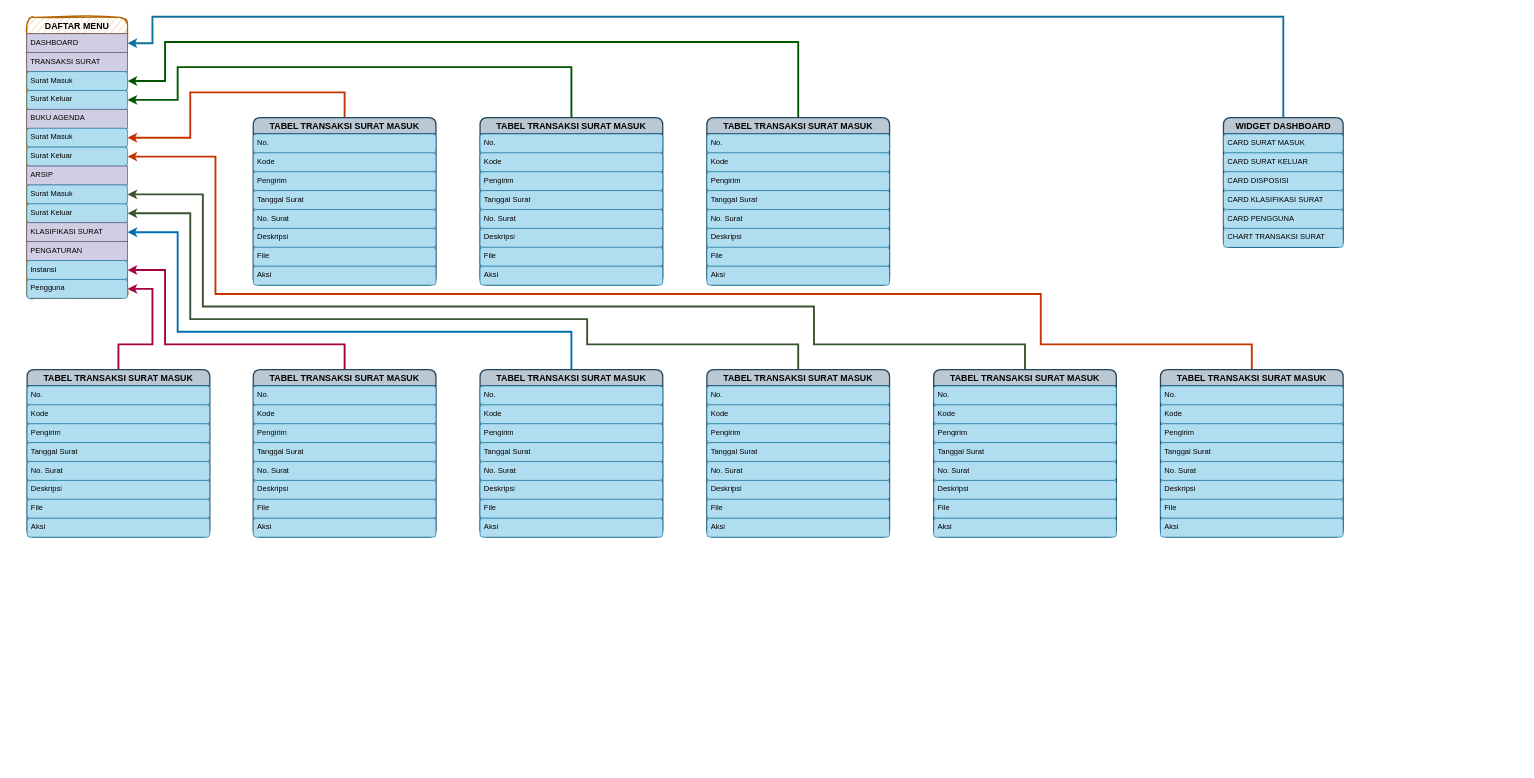
This is page "USER INTERFACE" (1 of 2) of Diagram Tanpa Judul.drawio from ZulfikriYahya/zulfikriyahya.github.io, a draw.io file, before an edit. Source tidied: cells renumbered, new cells numbered last; positions are measured from the earlier drawing's top-left corner, leaving out a move shared by most shapes. Both pictures are drawn from the tidied source at 63%, with x=0, y=0 at pixel (26, 16).
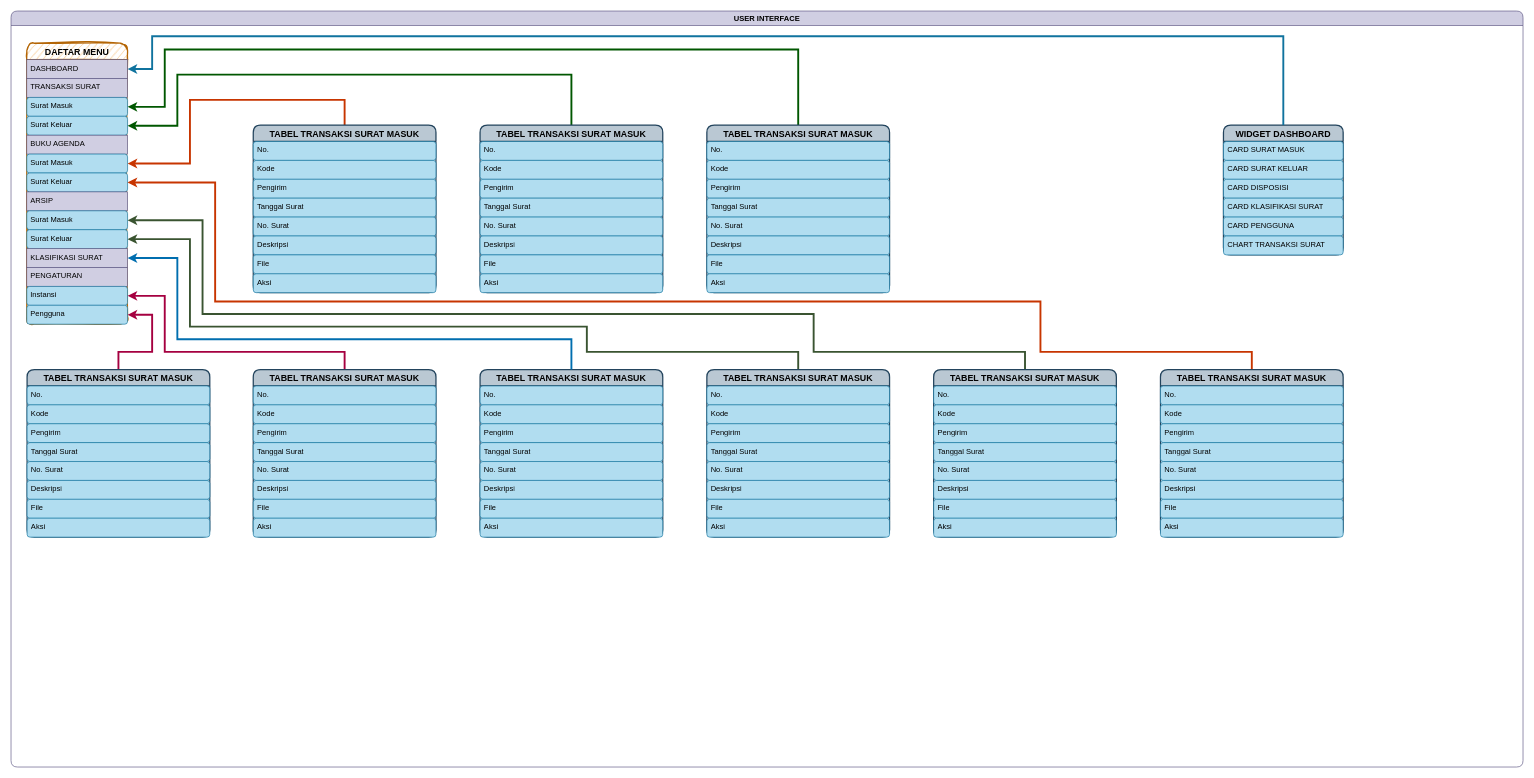
Above is the later version.

The change refers to these unchanged cells:
```xml
<mxCell id="4" value="DASHBOARD" style="text;fillColor=#d0cee2;spacingLeft=4;spacingRight=4;overflow=hidden;points=[[0,0.5],[1,0.5]];portConstraint=eastwest;fontSize=12;whiteSpace=wrap;html=1;swimlaneFillColor=none;strokeColor=#56517e;" parent="3" vertex="1">
  <mxGeometry y="26" width="160" height="30" as="geometry" />
</mxCell>
<mxCell id="6" value="Surat Masuk" style="text;fillColor=#b1ddf0;spacingLeft=4;spacingRight=4;overflow=hidden;points=[[0,0.5],[1,0.5]];portConstraint=eastwest;fontSize=12;whiteSpace=wrap;html=1;swimlaneFillColor=none;rounded=1;strokeColor=#10739e;" parent="3" vertex="1">
  <mxGeometry y="86" width="160" height="30" as="geometry" />
</mxCell>
<mxCell id="7" value="Surat Keluar" style="text;fillColor=#b1ddf0;spacingLeft=4;spacingRight=4;overflow=hidden;points=[[0,0.5],[1,0.5]];portConstraint=eastwest;fontSize=12;whiteSpace=wrap;html=1;swimlaneFillColor=none;rounded=1;strokeColor=#10739e;" parent="3" vertex="1">
  <mxGeometry y="116" width="160" height="30" as="geometry" />
</mxCell>
<mxCell id="9" value="Surat Masuk" style="text;fillColor=#b1ddf0;spacingLeft=4;spacingRight=4;overflow=hidden;points=[[0,0.5],[1,0.5]];portConstraint=eastwest;fontSize=12;whiteSpace=wrap;html=1;swimlaneFillColor=none;rounded=1;strokeColor=#10739e;" parent="3" vertex="1">
  <mxGeometry y="176" width="160" height="30" as="geometry" />
</mxCell>
<mxCell id="10" value="Surat Keluar" style="text;fillColor=#b1ddf0;spacingLeft=4;spacingRight=4;overflow=hidden;points=[[0,0.5],[1,0.5]];portConstraint=eastwest;fontSize=12;whiteSpace=wrap;html=1;swimlaneFillColor=none;rounded=1;strokeColor=#10739e;" parent="3" vertex="1">
  <mxGeometry y="206" width="160" height="30" as="geometry" />
</mxCell>
<mxCell id="12" value="Surat Masuk" style="text;fillColor=#b1ddf0;spacingLeft=4;spacingRight=4;overflow=hidden;points=[[0,0.5],[1,0.5]];portConstraint=eastwest;fontSize=12;whiteSpace=wrap;html=1;swimlaneFillColor=none;rounded=1;strokeColor=#10739e;" parent="3" vertex="1">
  <mxGeometry y="266" width="160" height="30" as="geometry" />
</mxCell>
<mxCell id="13" value="Surat Keluar" style="text;fillColor=#b1ddf0;spacingLeft=4;spacingRight=4;overflow=hidden;points=[[0,0.5],[1,0.5]];portConstraint=eastwest;fontSize=12;whiteSpace=wrap;html=1;swimlaneFillColor=none;strokeColor=#10739e;rounded=1;" parent="3" vertex="1">
  <mxGeometry y="296" width="160" height="30" as="geometry" />
</mxCell>
<mxCell id="14" value="KLASIFIKASI SURAT" style="text;fillColor=#d0cee2;spacingLeft=4;spacingRight=4;overflow=hidden;points=[[0,0.5],[1,0.5]];portConstraint=eastwest;fontSize=12;whiteSpace=wrap;html=1;swimlaneFillColor=none;strokeColor=#56517e;" parent="3" vertex="1">
  <mxGeometry y="326" width="160" height="30" as="geometry" />
</mxCell>
<mxCell id="16" value="Instansi" style="text;fillColor=#b1ddf0;spacingLeft=4;spacingRight=4;overflow=hidden;points=[[0,0.5],[1,0.5]];portConstraint=eastwest;fontSize=12;whiteSpace=wrap;html=1;swimlaneFillColor=none;strokeColor=#10739e;rounded=1;" parent="3" vertex="1">
  <mxGeometry y="386" width="160" height="30" as="geometry" />
</mxCell>
<mxCell id="17" value="Pengguna" style="text;fillColor=#b1ddf0;spacingLeft=4;spacingRight=4;overflow=hidden;points=[[0,0.5],[1,0.5]];portConstraint=eastwest;fontSize=12;whiteSpace=wrap;html=1;swimlaneFillColor=none;strokeColor=#10739e;rounded=1;" parent="3" vertex="1">
  <mxGeometry y="416" width="160" height="30" as="geometry" />
</mxCell>
<mxCell id="25" value="TABEL TRANSAKSI SURAT MASUK" style="swimlane;fontStyle=1;horizontal=1;startSize=26;align=center;fontSize=14;rounded=1;fillColor=#bac8d3;strokeColor=#23445d;swimlaneLine=1;strokeWidth=2;" parent="1" vertex="1">
  <mxGeometry x="719.5" y="560.1" width="290" height="266" as="geometry" />
</mxCell>
<mxCell id="43" value="TABEL TRANSAKSI SURAT MASUK" style="swimlane;fontStyle=1;horizontal=1;startSize=26;align=center;fontSize=14;rounded=1;fillColor=#bac8d3;strokeColor=#23445d;swimlaneLine=1;strokeWidth=2;" parent="1" vertex="1">
  <mxGeometry x="1439.5" y="560.1" width="290" height="266" as="geometry" />
</mxCell>
<mxCell id="52" value="TABEL TRANSAKSI SURAT MASUK" style="swimlane;fontStyle=1;horizontal=1;startSize=26;align=center;fontSize=14;rounded=1;fillColor=#bac8d3;strokeColor=#23445d;swimlaneLine=1;strokeWidth=2;" parent="1" vertex="1">
  <mxGeometry x="0.5" y="560.1" width="290" height="266" as="geometry" />
</mxCell>
<mxCell id="70" value="TABEL TRANSAKSI SURAT MASUK" style="swimlane;fontStyle=1;horizontal=1;startSize=26;align=center;fontSize=14;rounded=1;fillColor=#bac8d3;strokeColor=#23445d;swimlaneLine=1;strokeWidth=2;" parent="1" vertex="1">
  <mxGeometry x="1079.5" y="560.1" width="290" height="266" as="geometry" />
</mxCell>
<mxCell id="79" value="TABEL TRANSAKSI SURAT MASUK" style="swimlane;fontStyle=1;horizontal=1;startSize=26;align=center;fontSize=14;rounded=1;fillColor=#bac8d3;strokeColor=#23445d;swimlaneLine=1;strokeWidth=2;" parent="1" vertex="1">
  <mxGeometry x="359.5" y="560.1" width="290" height="266" as="geometry" />
</mxCell>
<mxCell id="106" value="TABEL TRANSAKSI SURAT MASUK" style="swimlane;fontStyle=1;horizontal=1;startSize=26;align=center;fontSize=14;rounded=1;fillColor=#bac8d3;strokeColor=#23445d;swimlaneLine=1;strokeWidth=2;" parent="1" vertex="1">
  <mxGeometry x="1799.5" y="560.1" width="290" height="266" as="geometry" />
</mxCell>
```

Change to the diagram source:
```diff
@@
     <mxCell id="2" style="edgeStyle=orthogonalEdgeStyle;rounded=0;jettySize=auto;html=1;entryX=1;entryY=0.5;entryDx=0;entryDy=0;exitX=0.5;exitY=0;exitDx=0;exitDy=0;fillColor=#fa6800;strokeColor=#C73500;strokeWidth=3;" parent="1" edge="1" source="88" target="9">
       <mxGeometry relative="1" as="geometry">
         <Array as="points">
-          <mxPoint x="504.5" y="120.1" />
-          <mxPoint x="259.5" y="120.1" />
-          <mxPoint x="259.5" y="192.1" />
+          <mxPoint x="505" y="132" />
+          <mxPoint x="259" y="132" />
+          <mxPoint x="259" y="233" />
         </Array>
       </mxGeometry>
     </mxCell>
     <mxCell id="3" value="DAFTAR MENU" style="swimlane;fontStyle=1;horizontal=1;startSize=26;align=center;fontSize=14;fillColor=#fad7ac;swimlaneFillColor=none;rounded=1;sketch=1;curveFitting=1;jiggle=2;strokeColor=#b46504;strokeWidth=2;" parent="1" vertex="1">
-      <mxGeometry y="1.1" width="160" height="446" as="geometry" />
+      <mxGeometry y="42.1" width="160" height="446" as="geometry" />
     </mxCell>
@@
     <mxCell id="18" value="WIDGET DASHBOARD" style="swimlane;fontStyle=1;horizontal=1;startSize=26;align=center;fontSize=14;rounded=1;fillColor=#bac8d3;strokeColor=#23445d;swimlaneLine=1;strokeWidth=2;" parent="1" vertex="1">
-      <mxGeometry x="1899.5" y="160.1" width="190" height="206" as="geometry" />
+      <mxGeometry x="1899.5" y="172.1" width="190" height="206" as="geometry" />
     </mxCell>
@@
     <mxCell id="34" style="edgeStyle=orthogonalEdgeStyle;rounded=0;jettySize=auto;html=1;entryX=1;entryY=0.5;entryDx=0;entryDy=0;exitX=0.5;exitY=0;exitDx=0;exitDy=0;fillColor=#d80073;strokeColor=#A50040;strokeWidth=3;" parent="1" edge="1" source="52" target="17">
       <mxGeometry relative="1" as="geometry">
         <Array as="points">
-          <mxPoint x="145.5" y="520.1" />
-          <mxPoint x="199.5" y="520.1" />
-          <mxPoint x="199.5" y="432.1" />
+          <mxPoint x="145" y="532" />
+          <mxPoint x="199" y="532" />
+          <mxPoint x="199" y="473" />
         </Array>
       </mxGeometry>
     </mxCell>
     <mxCell id="35" style="edgeStyle=orthogonalEdgeStyle;rounded=0;jettySize=auto;html=1;entryX=1;entryY=0.5;entryDx=0;entryDy=0;exitX=0.5;exitY=0;exitDx=0;exitDy=0;fillColor=#d80073;strokeColor=#A50040;strokeWidth=3;" parent="1" edge="1" source="79" target="16">
       <mxGeometry relative="1" as="geometry">
         <Array as="points">
-          <mxPoint x="504.5" y="520.1" />
-          <mxPoint x="219.5" y="520.1" />
-          <mxPoint x="219.5" y="402.1" />
+          <mxPoint x="505" y="532" />
+          <mxPoint x="219" y="532" />
+          <mxPoint x="219" y="443" />
         </Array>
       </mxGeometry>
     </mxCell>
     <mxCell id="36" style="edgeStyle=orthogonalEdgeStyle;rounded=0;jettySize=auto;html=1;entryX=1;entryY=0.5;entryDx=0;entryDy=0;exitX=0.5;exitY=0;exitDx=0;exitDy=0;fillColor=#1ba1e2;strokeColor=#006EAF;strokeWidth=3;" parent="1" edge="1" source="25" target="14">
       <mxGeometry relative="1" as="geometry">
         <Array as="points">
-          <mxPoint x="864.5" y="500.1" />
-          <mxPoint x="239.5" y="500.1" />
-          <mxPoint x="239.5" y="342.1" />
+          <mxPoint x="865" y="512" />
+          <mxPoint x="239" y="512" />
+          <mxPoint x="239" y="383" />
         </Array>
       </mxGeometry>
     </mxCell>
     <mxCell id="37" style="edgeStyle=orthogonalEdgeStyle;rounded=0;jettySize=auto;html=1;entryX=1;entryY=0.5;entryDx=0;entryDy=0;exitX=0.5;exitY=0;exitDx=0;exitDy=0;fillColor=#6d8764;strokeColor=#3A5431;strokeWidth=3;" parent="1" edge="1" source="70" target="13">
       <mxGeometry relative="1" as="geometry">
         <Array as="points">
-          <mxPoint x="1224.5" y="520.1" />
-          <mxPoint x="889.5" y="520.1" />
-          <mxPoint x="889.5" y="480.1" />
-          <mxPoint x="259.5" y="480.1" />
-          <mxPoint x="259.5" y="312.1" />
+          <mxPoint x="1225" y="532" />
+          <mxPoint x="889" y="532" />
+          <mxPoint x="889" y="492" />
+          <mxPoint x="259" y="492" />
+          <mxPoint x="259" y="353" />
         </Array>
       </mxGeometry>
     </mxCell>
     <mxCell id="38" style="edgeStyle=orthogonalEdgeStyle;rounded=0;jettySize=auto;html=1;entryX=1;entryY=0.5;entryDx=0;entryDy=0;exitX=0.5;exitY=0;exitDx=0;exitDy=0;strokeWidth=3;fillColor=#6d8764;strokeColor=#3A5431;" parent="1" edge="1" source="43" target="12">
       <mxGeometry relative="1" as="geometry">
         <Array as="points">
-          <mxPoint x="1584.5" y="520.1" />
-          <mxPoint x="1249.5" y="520.1" />
-          <mxPoint x="1249.5" y="460.1" />
-          <mxPoint x="279.5" y="460.1" />
-          <mxPoint x="279.5" y="282.1" />
+          <mxPoint x="1585" y="532" />
+          <mxPoint x="1249" y="532" />
+          <mxPoint x="1249" y="472" />
+          <mxPoint x="279" y="472" />
+          <mxPoint x="279" y="323" />
         </Array>
       </mxGeometry>
     </mxCell>
     <mxCell id="39" style="edgeStyle=orthogonalEdgeStyle;rounded=0;jettySize=auto;html=1;entryX=1;entryY=0.5;entryDx=0;entryDy=0;exitX=0.5;exitY=0;exitDx=0;exitDy=0;fillColor=#fa6800;strokeColor=#C73500;strokeWidth=3;" parent="1" edge="1" source="106" target="10">
       <mxGeometry relative="1" as="geometry">
         <Array as="points">
-          <mxPoint x="1944.5" y="520.1" />
-          <mxPoint x="1609.5" y="520.1" />
-          <mxPoint x="1609.5" y="440.1" />
-          <mxPoint x="299.5" y="440.1" />
-          <mxPoint x="299.5" y="222.1" />
+          <mxPoint x="1945" y="532" />
+          <mxPoint x="1609" y="532" />
+          <mxPoint x="1609" y="452" />
+          <mxPoint x="299" y="452" />
+          <mxPoint x="299" y="263" />
         </Array>
       </mxGeometry>
     </mxCell>
     <mxCell id="40" style="edgeStyle=orthogonalEdgeStyle;rounded=0;jettySize=auto;html=1;entryX=1;entryY=0.5;entryDx=0;entryDy=0;strokeColor=#10739e;exitX=0.5;exitY=0;exitDx=0;exitDy=0;fillColor=#b1ddf0;strokeWidth=3;" parent="1" edge="1" source="18" target="4">
       <mxGeometry relative="1" as="geometry">
         <Array as="points">
-          <mxPoint x="1994.5" y="0.1" />
-          <mxPoint x="199.5" y="0.1" />
-          <mxPoint x="199.5" y="42.1" />
+          <mxPoint x="1995" y="31" />
+          <mxPoint x="199" y="31" />
+          <mxPoint x="199" y="83" />
         </Array>
       </mxGeometry>
     </mxCell>
     <mxCell id="41" style="edgeStyle=orthogonalEdgeStyle;rounded=0;jettySize=auto;html=1;entryX=1;entryY=0.5;entryDx=0;entryDy=0;exitX=0.5;exitY=0;exitDx=0;exitDy=0;fillColor=#008a00;strokeColor=#005700;strokeWidth=3;" parent="1" edge="1" source="61" target="6">
       <mxGeometry relative="1" as="geometry">
         <Array as="points">
-          <mxPoint x="1224.5" y="40.1" />
-          <mxPoint x="219.5" y="40.1" />
-          <mxPoint x="219.5" y="102.1" />
+          <mxPoint x="1225" y="52" />
+          <mxPoint x="219" y="52" />
+          <mxPoint x="219" y="143" />
         </Array>
       </mxGeometry>
     </mxCell>
     <mxCell id="42" style="edgeStyle=orthogonalEdgeStyle;rounded=0;jettySize=auto;html=1;entryX=1;entryY=0.5;entryDx=0;entryDy=0;exitX=0.5;exitY=0;exitDx=0;exitDy=0;fillColor=#008a00;strokeColor=#005700;strokeWidth=3;" parent="1" edge="1" source="97" target="7">
       <mxGeometry relative="1" as="geometry">
         <Array as="points">
-          <mxPoint x="864.5" y="80.1" />
-          <mxPoint x="239.5" y="80.1" />
-          <mxPoint x="239.5" y="132.1" />
+          <mxPoint x="865" y="92" />
+          <mxPoint x="239" y="92" />
+          <mxPoint x="239" y="173" />
         </Array>
       </mxGeometry>
     </mxCell>
@@
     <mxCell id="61" value="TABEL TRANSAKSI SURAT MASUK" style="swimlane;fontStyle=1;horizontal=1;startSize=26;align=center;fontSize=14;rounded=1;fillColor=#bac8d3;strokeColor=#23445d;swimlaneLine=1;strokeWidth=2;" parent="1" vertex="1">
-      <mxGeometry x="1079.5" y="160.1" width="290" height="266" as="geometry" />
+      <mxGeometry x="1079.5" y="172.1" width="290" height="266" as="geometry" />
     </mxCell>
@@
     <mxCell id="88" value="TABEL TRANSAKSI SURAT MASUK" style="swimlane;fontStyle=1;horizontal=1;startSize=26;align=center;fontSize=14;rounded=1;fillColor=#bac8d3;strokeColor=#23445d;swimlaneLine=1;strokeWidth=2;" parent="1" vertex="1">
-      <mxGeometry x="359.5" y="160.1" width="290" height="266" as="geometry" />
+      <mxGeometry x="359.5" y="172.1" width="290" height="266" as="geometry" />
     </mxCell>
@@
     <mxCell id="97" value="TABEL TRANSAKSI SURAT MASUK" style="swimlane;fontStyle=1;horizontal=1;startSize=26;align=center;fontSize=14;rounded=1;fillColor=#bac8d3;strokeColor=#23445d;swimlaneLine=1;strokeWidth=2;" parent="1" vertex="1">
-      <mxGeometry x="719.5" y="160.1" width="290" height="266" as="geometry" />
+      <mxGeometry x="719.5" y="172.1" width="290" height="266" as="geometry" />
     </mxCell>
@@
+    <mxCell id="115" value="USER INTERFACE" style="swimlane;whiteSpace=wrap;html=1;fillColor=#d0cee2;strokeColor=#56517e;strokeWidth=1;rounded=1;" parent="1" vertex="1">
+      <mxGeometry x="-25" y="-9" width="2400" height="1200" as="geometry" />
+    </mxCell>
```
